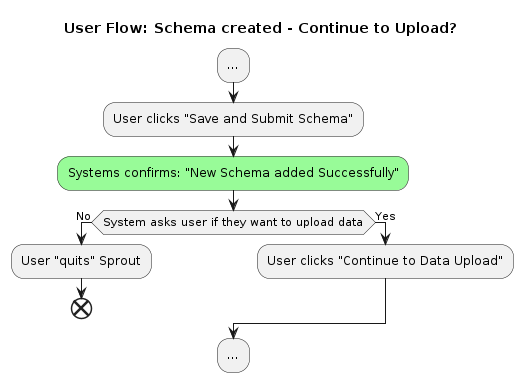
Earlier version of the PlantUML export docs/design/images/user-flow-schema-created-continue-to-upload.png (signekb/seedcase-sprout).
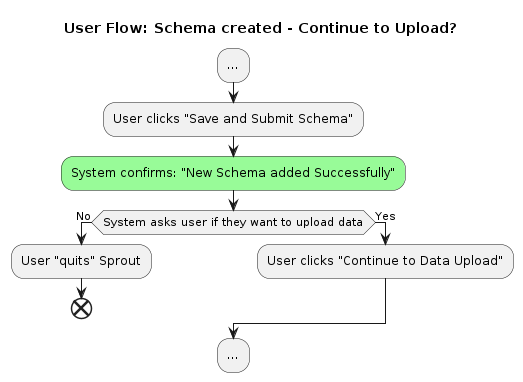
The same diagram one commit later.

Diff of the diagram source:
```diff
@@ -4,7 +4,7 @@
 
 :...;
 :User clicks "Save and Submit Schema";
-#palegreen:Systems confirms: "New Schema added Successfully";
+#palegreen:System confirms: "New Schema added Successfully";
 if (System asks user if they want to upload data) then (No)
   :User "quits" Sprout;
   end
```
